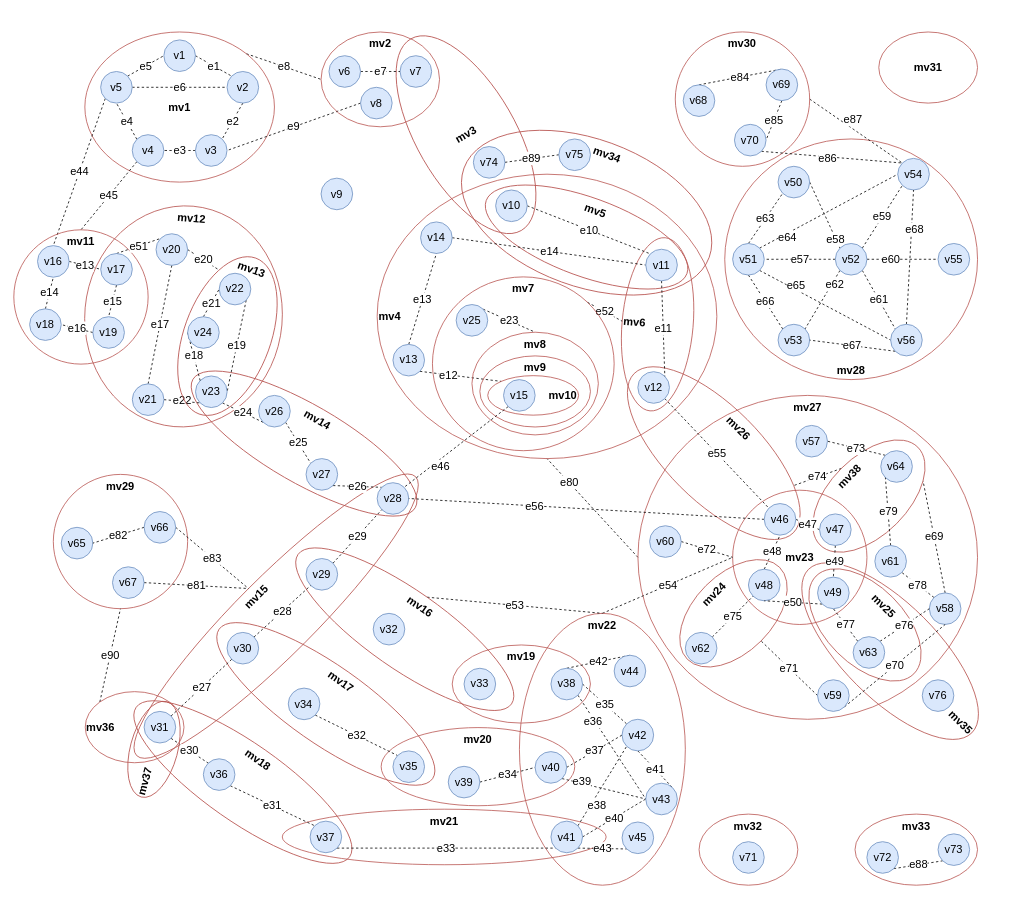
Before: Big metagraph.drawio in DMfananddu/MAG_Diploma, a draw.io diagram. Source tidied: cells renumbered, new cells numbered last; positions are measured from the earlier drawing's top-left corner, leaving out a move shared by most shapes. Both pictures are drawn from the tidied source at 79%, with x=0, y=0 at pixel (13, 24).
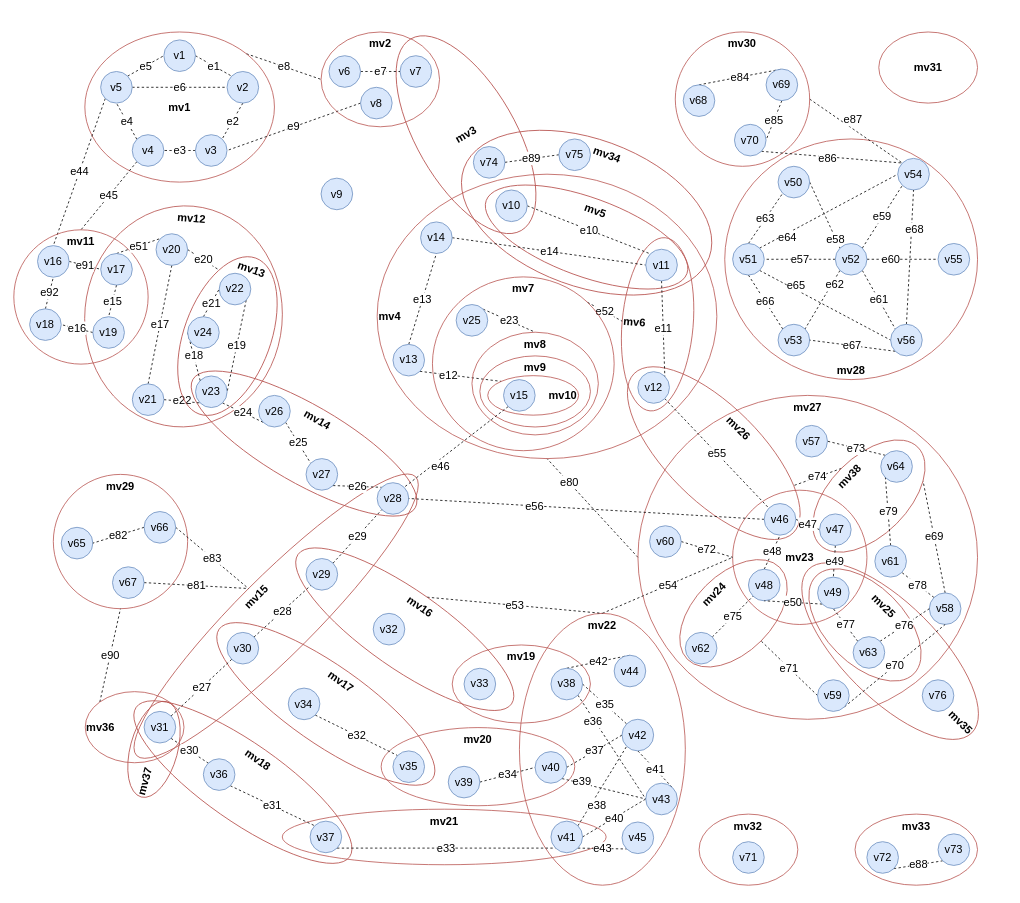
The same page after the edit.

Unchanged cells that the change refers to:
```xml
<mxCell id="69" value="v16" style="ellipse;whiteSpace=wrap;html=1;fillColor=#dae8fc;strokeColor=#6c8ebf;fontSize=14;" parent="1" vertex="1">
  <mxGeometry x="30" y="280.4" width="40" height="40" as="geometry" />
</mxCell>
<mxCell id="72" value="v17" style="ellipse;whiteSpace=wrap;html=1;fillColor=#dae8fc;strokeColor=#6c8ebf;fontSize=14;" parent="1" vertex="1">
  <mxGeometry x="110" y="290.4" width="40" height="40" as="geometry" />
</mxCell>
<mxCell id="74" value="v18" style="ellipse;whiteSpace=wrap;html=1;fillColor=#dae8fc;strokeColor=#6c8ebf;fontSize=14;" parent="1" vertex="1">
  <mxGeometry x="20" y="360.4" width="40" height="40" as="geometry" />
</mxCell>
```

What changed in the source:
```diff
@@
-    <mxCell id="68" value="e13" style="edgeStyle=none;rounded=0;jettySize=auto;html=1;exitX=1;exitY=0.5;exitDx=0;exitDy=0;entryX=0;entryY=0.5;entryDx=0;entryDy=0;dashed=1;fontSize=14;endArrow=none;endFill=0;" parent="1" edge="1" source="69" target="72">
+    <mxCell id="68" value="e91" style="edgeStyle=none;rounded=0;jettySize=auto;html=1;exitX=1;exitY=0.5;exitDx=0;exitDy=0;entryX=0;entryY=0.5;entryDx=0;entryDy=0;dashed=1;fontSize=14;endArrow=none;endFill=0;" parent="1" edge="1" source="69" target="72">
       <mxGeometry relative="1" as="geometry" />
     </mxCell>
@@
-    <mxCell id="73" value="e14" style="rounded=0;jettySize=auto;html=1;exitX=0.5;exitY=0;exitDx=0;exitDy=0;entryX=0.5;entryY=1;entryDx=0;entryDy=0;fontSize=14;endArrow=none;endFill=0;dashed=1;" parent="1" edge="1" source="74" target="69">
+    <mxCell id="73" value="e92" style="rounded=0;jettySize=auto;html=1;exitX=0.5;exitY=0;exitDx=0;exitDy=0;entryX=0.5;entryY=1;entryDx=0;entryDy=0;fontSize=14;endArrow=none;endFill=0;dashed=1;" parent="1" edge="1" source="74" target="69">
       <mxGeometry relative="1" as="geometry" />
     </mxCell>
```
